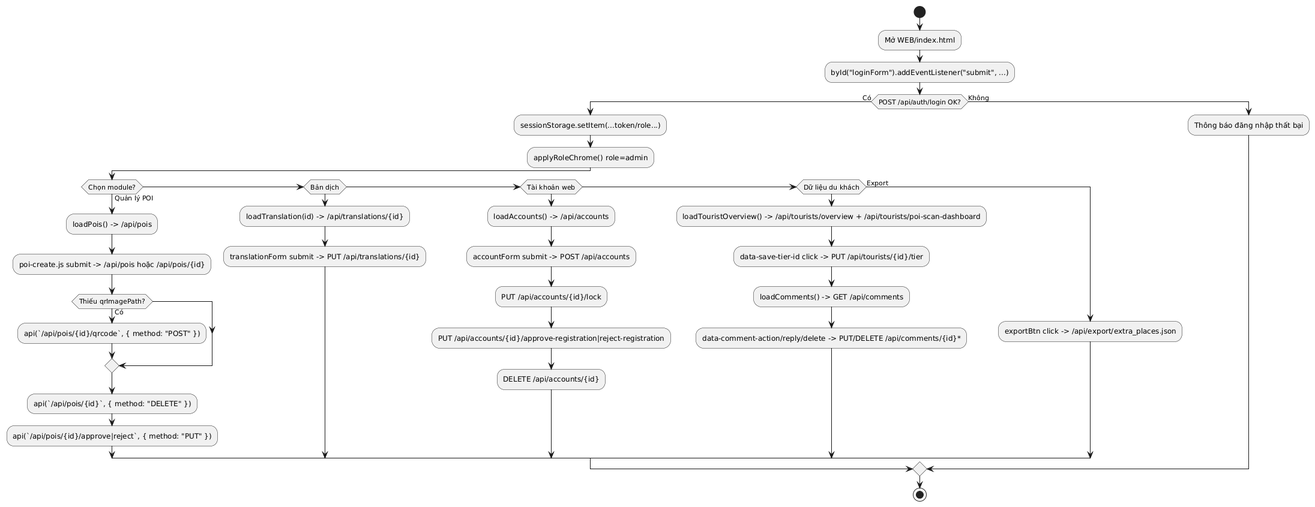
Above: Diagrams/ACT Admin.png in hoangtri22/TravelGuide (PlantUML), before the change. Source of this version:
```plantuml
@startuml
start
:Mở WEB/index.html;
:byId("loginForm").addEventListener("submit", ...);
if (POST /api/auth/login OK?) then (Có)
  :sessionStorage.setItem(...token/role...);
  :applyRoleChrome() role=admin;
  if (Chọn module?) then (Quản lý POI)
    :loadPois() -> /api/pois;
    :poi-create.js submit -> /api/pois hoặc /api/pois/{id};
    if (Thiếu qrImagePath?) then (Có)
      :api(`/api/pois/{id}/qrcode`, { method: "POST" });
    endif
    :api(`/api/pois/{id}`, { method: "DELETE" });
    :api(`/api/pois/{id}/approve|reject`, { method: "PUT" });
  elseif (Bản dịch)
    :loadTranslation(id) -> /api/translations/{id};
    :translationForm submit -> PUT /api/translations/{id};
  elseif (Tài khoản web)
    :loadAccounts() -> /api/accounts;
    :accountForm submit -> POST /api/accounts;
    :PUT /api/accounts/{id}/lock;
    :PUT /api/accounts/{id}/approve-registration|reject-registration;
    :DELETE /api/accounts/{id};
  elseif (Dữ liệu du khách)
    :loadTouristOverview() -> /api/tourists/overview + /api/tourists/poi-scan-dashboard;
    :data-save-tier-id click -> PUT /api/tourists/{id}/tier;
    :loadComments() -> GET /api/comments;
    :data-comment-action/reply/delete -> PUT/DELETE /api/comments/{id}*;
  else (Export)
    :exportBtn click -> /api/export/extra_places.json;
  endif
else (Không)
  :Thông báo đăng nhập thất bại;
endif
stop
@enduml
```
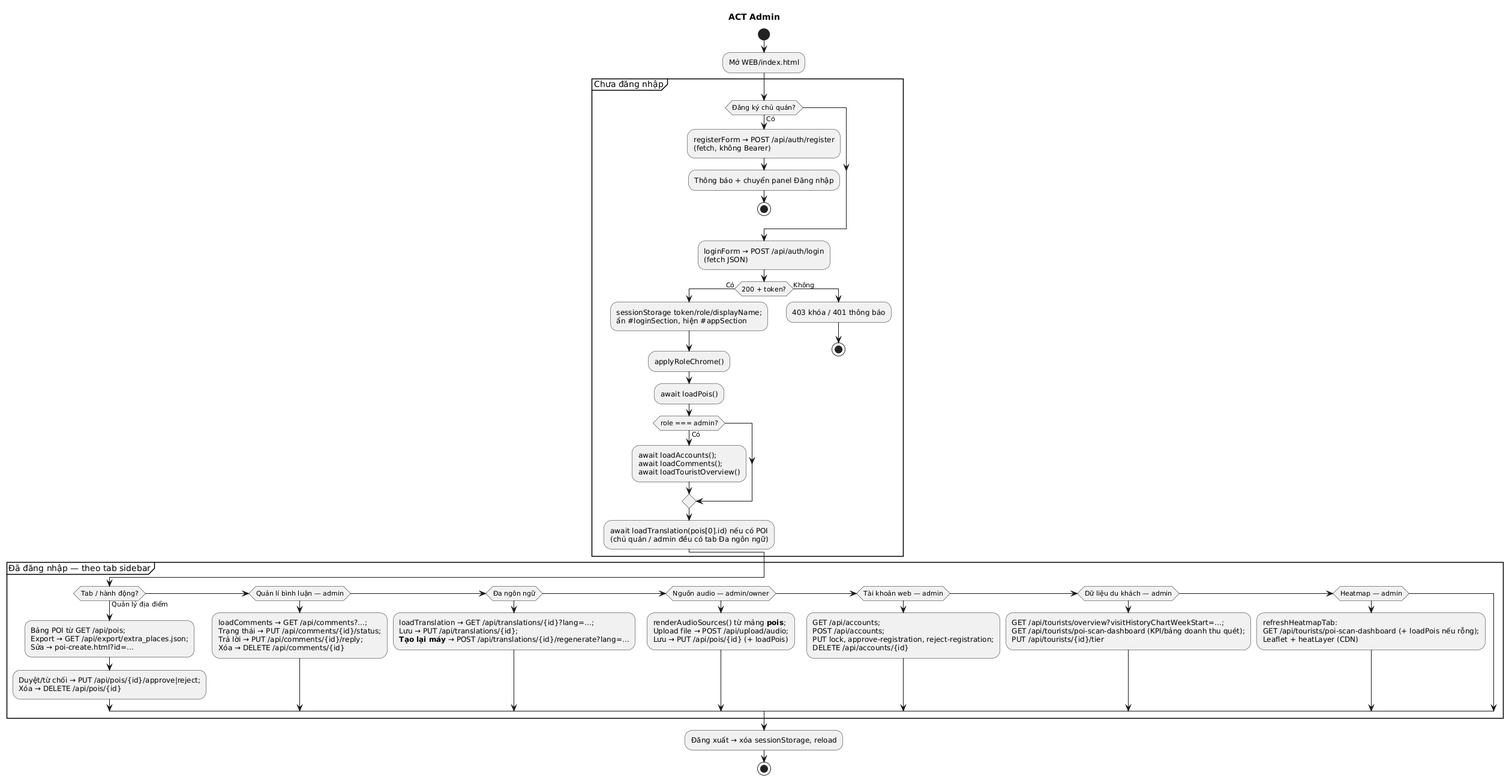
Later version of the same file.

What changed in the source:
```diff
@@ -1,37 +1,50 @@
 @startuml
+title ACT Admin
 start
 :Mở WEB/index.html;
-:byId("loginForm").addEventListener("submit", ...);
-if (POST /api/auth/login OK?) then (Có)
-  :sessionStorage.setItem(...token/role...);
-  :applyRoleChrome() role=admin;
-  if (Chọn module?) then (Quản lý POI)
-    :loadPois() -> /api/pois;
-    :poi-create.js submit -> /api/pois hoặc /api/pois/{id};
-    if (Thiếu qrImagePath?) then (Có)
-      :api(`/api/pois/{id}/qrcode`, { method: "POST" });
+
+partition "Chưa đăng nhập" {
+  if (Đăng ký chủ quán?) then (Có)
+    :registerForm → POST /api/auth/register\n(fetch, không Bearer);
+    :Thông báo + chuyển panel Đăng nhập;
+    stop
+  endif
+  :loginForm → POST /api/auth/login\n(fetch JSON);
+  if (200 + token?) then (Có)
+    :sessionStorage token/role/displayName;\nẩn #loginSection, hiện #appSection;
+    :applyRoleChrome();
+    :await loadPois();
+    if (role === admin?) then (Có)
+      :await loadAccounts();\nawait loadComments();\nawait loadTouristOverview();
     endif
-    :api(`/api/pois/{id}`, { method: "DELETE" });
-    :api(`/api/pois/{id}/approve|reject`, { method: "PUT" });
-  elseif (Bản dịch)
-    :loadTranslation(id) -> /api/translations/{id};
-    :translationForm submit -> PUT /api/translations/{id};
-  elseif (Tài khoản web)
-    :loadAccounts() -> /api/accounts;
-    :accountForm submit -> POST /api/accounts;
-    :PUT /api/accounts/{id}/lock;
-    :PUT /api/accounts/{id}/approve-registration|reject-registration;
-    :DELETE /api/accounts/{id};
-  elseif (Dữ liệu du khách)
-    :loadTouristOverview() -> /api/tourists/overview + /api/tourists/poi-scan-dashboard;
-    :data-save-tier-id click -> PUT /api/tourists/{id}/tier;
-    :loadComments() -> GET /api/comments;
-    :data-comment-action/reply/delete -> PUT/DELETE /api/comments/{id}*;
-  else (Export)
-    :exportBtn click -> /api/export/extra_places.json;
+    :await loadTranslation(pois[0].id) nếu có POI\n(chủ quán / admin đều có tab Đa ngôn ngữ);
+  else (Không)
+    :403 khóa / 401 thông báo;
+    stop
   endif
-else (Không)
-  :Thông báo đăng nhập thất bại;
-endif
+}
+
+partition "Đã đăng nhập — theo tab sidebar" {
+  if (Tab / hành động?) then (Quản lý địa điểm)
+    :Bảng POI từ GET /api/pois;\nExport → GET /api/export/extra_places.json;\nSửa → poi-create.html?id=…;
+    :Duyệt/từ chối → PUT /api/pois/{id}/approve|reject;\nXóa → DELETE /api/pois/{id};
+  elseif (Quản lí bình luận — admin)
+    :loadComments → GET /api/comments?…;\nTrạng thái → PUT /api/comments/{id}/status;\nTrả lời → PUT /api/comments/{id}/reply;\nXóa → DELETE /api/comments/{id};
+
+  elseif (Đa ngôn ngữ)
+    :loadTranslation → GET /api/translations/{id}?lang=…;\nLưu → PUT /api/translations/{id};\n**Tạo lại máy** → POST /api/translations/{id}/regenerate?lang=…;
+  elseif (Nguồn audio — admin/owner)
+    :renderAudioSources() từ mảng **pois**;\nUpload file → POST /api/upload/audio;\nLưu → PUT /api/pois/{id} (+ loadPois);
+  elseif (Tài khoản web — admin)
+    :GET /api/accounts;\nPOST /api/accounts;\nPUT lock, approve-registration, reject-registration;\nDELETE /api/accounts/{id};
+  elseif (Dữ liệu du khách — admin)
+    :GET /api/tourists/overview?visitHistoryChartWeekStart=…;\nGET /api/tourists/poi-scan-dashboard (KPI/bảng doanh thu quét);\nPUT /api/tourists/{id}/tier;
+
+  elseif (Heatmap — admin)
+    :refreshHeatmapTab:\nGET /api/tourists/poi-scan-dashboard (+ loadPois nếu rỗng);\nLeaflet + heatLayer (CDN);
+  endif
+}
+
+:Đăng xuất → xóa sessionStorage, reload;
 stop
 @enduml
```
